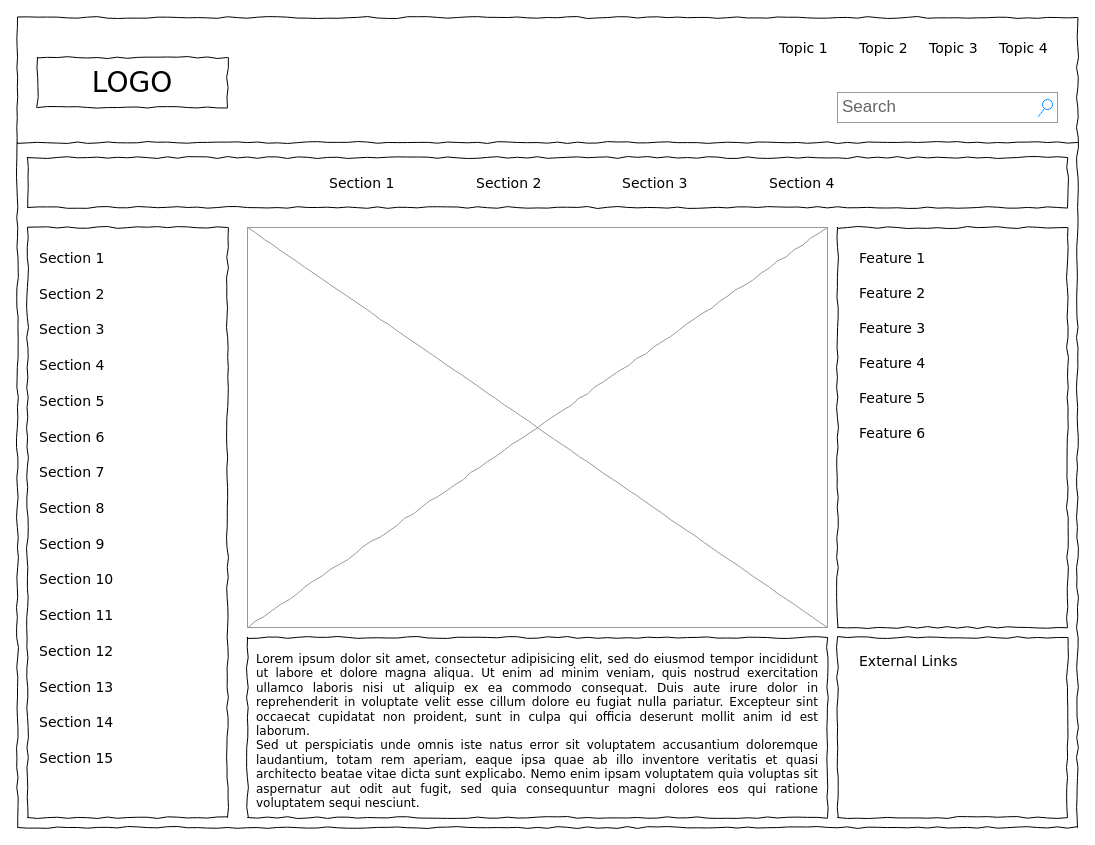
Earlier version of the draw.io diagram Untitled Diagram.drawio (reezham/blog). Source tidied: cells renumbered, new cells numbered last; positions are measured from the earlier drawing's top-left corner, leaving out a move shared by most shapes. Both pictures are drawn from the tidied source at 100%, with x=0, y=0 at pixel (17, 17).
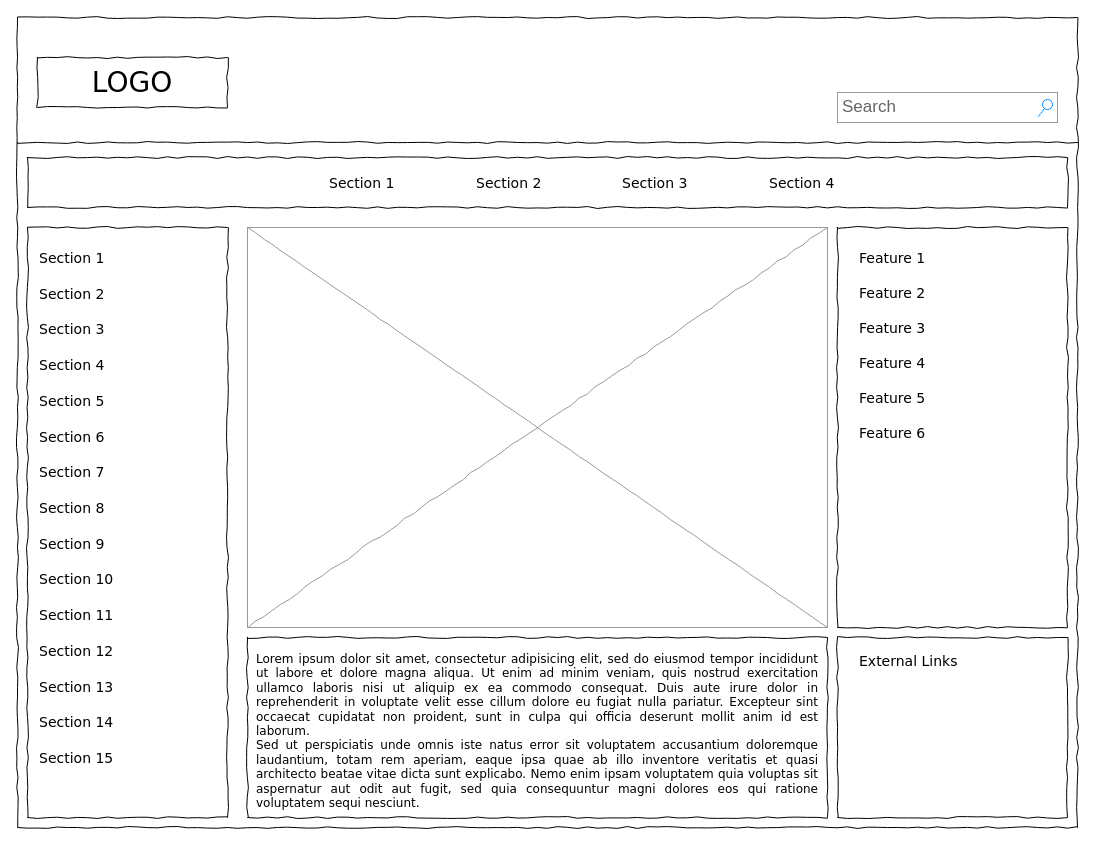
The same diagram, later.

The edit, as a diff of the source:
```diff
@@
-    <mxCell id="5" value="Topic 1" style="text;html=1;align=left;verticalAlign=top;spacingTop=-4;fontSize=14;fontFamily=Verdana;" parent="1" vertex="1">
-      <mxGeometry x="760" y="20" width="60" height="20" as="geometry" />
-    </mxCell>
-    <mxCell id="6" value="Topic 2" style="text;html=1;align=left;verticalAlign=top;spacingTop=-4;fontSize=14;fontFamily=Verdana;" parent="1" vertex="1">
-      <mxGeometry x="840" y="20" width="60" height="20" as="geometry" />
-    </mxCell>
-    <mxCell id="7" value="Topic 3" style="text;html=1;align=left;verticalAlign=top;spacingTop=-4;fontSize=14;fontFamily=Verdana;" parent="1" vertex="1">
-      <mxGeometry x="910" y="20" width="60" height="20" as="geometry" />
-    </mxCell>
-    <mxCell id="8" value="Topic 4" style="text;html=1;align=left;verticalAlign=top;spacingTop=-4;fontSize=14;fontFamily=Verdana;" parent="1" vertex="1">
-      <mxGeometry x="980" y="20" width="60" height="20" as="geometry" />
-    </mxCell>
```
